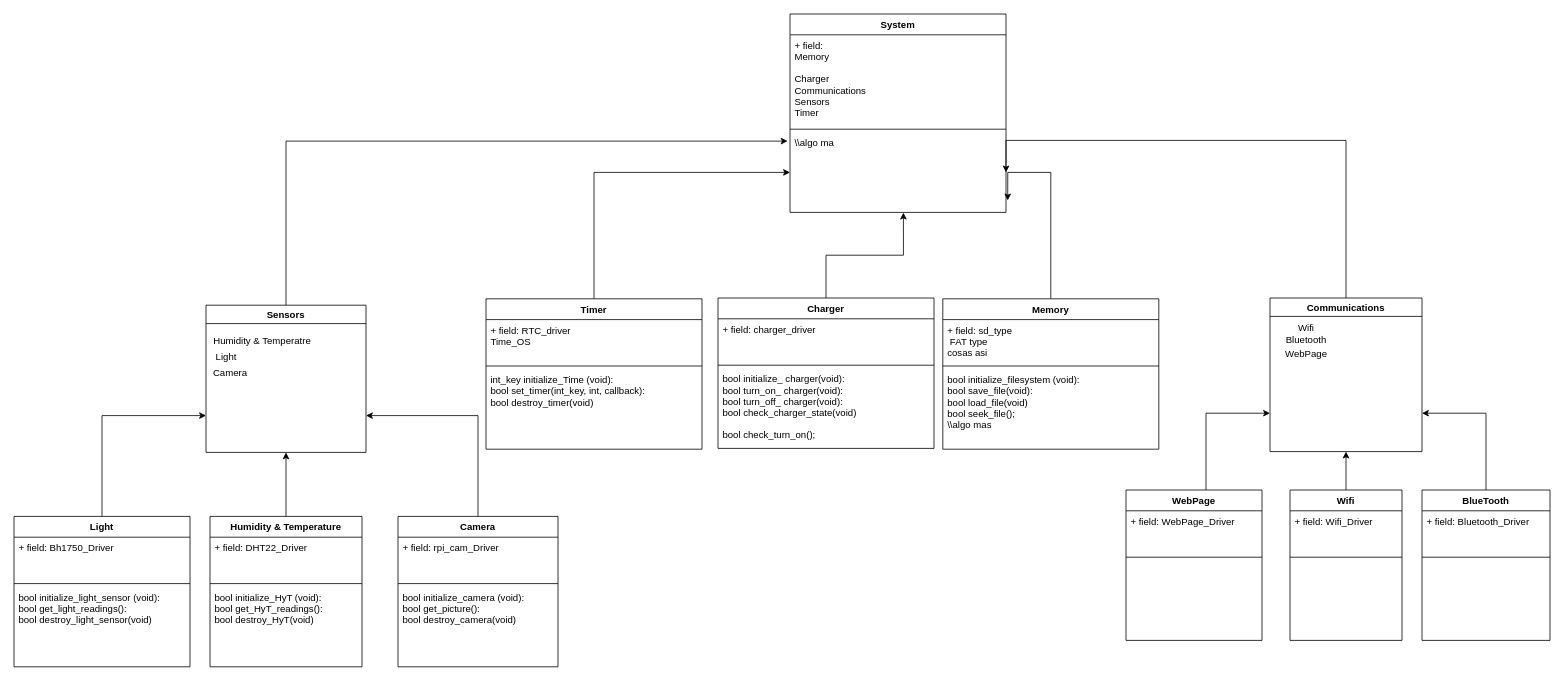
Before: Utils/Drawio/Esquema_Clases.drawio in tlondero/Dise-o, a draw.io diagram. Source tidied: cells renumbered, new cells numbered last; positions are measured from the earlier drawing's top-left corner, leaving out a move shared by most shapes. Both pictures are drawn from the tidied source at 80%, with x=0, y=0 at pixel (14, 14).
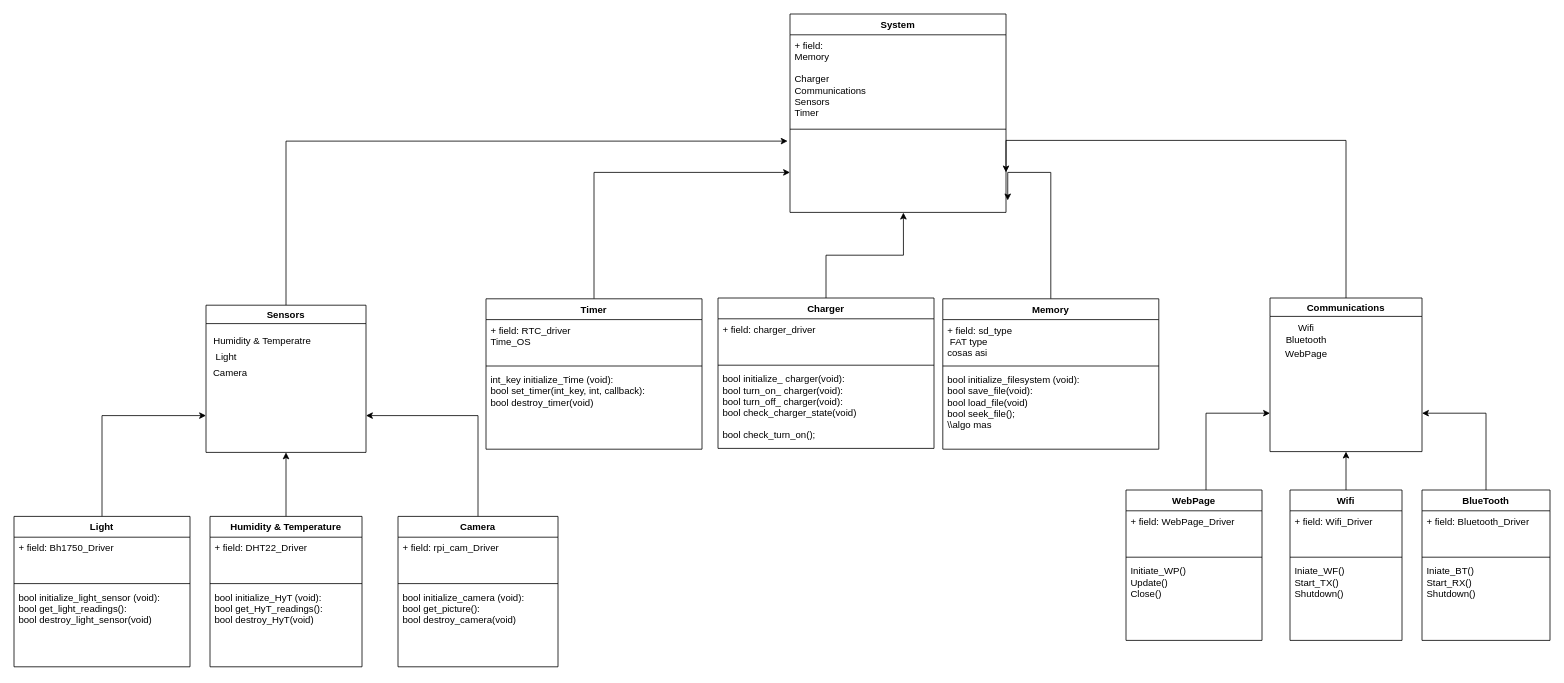
The same diagram, later.

Unchanged cells that the change refers to:
```xml
<mxCell id="21" value="System" style="swimlane;fontStyle=1;align=center;verticalAlign=top;horizontal=1;startSize=26;" parent="1" vertex="1">
  <mxGeometry x="970" width="270" height="248" as="geometry" />
</mxCell>
<mxCell id="46" value="Wifi" style="swimlane;fontStyle=1;align=center;verticalAlign=top;horizontal=1;startSize=26;" parent="1" vertex="1">
  <mxGeometry x="1595" y="595" width="140" height="188" as="geometry" />
</mxCell>
<mxCell id="51" value="BlueTooth" style="swimlane;fontStyle=1;align=center;verticalAlign=top;horizontal=1;startSize=26;" parent="1" vertex="1">
  <mxGeometry x="1760" y="595" width="160" height="188" as="geometry" />
</mxCell>
<mxCell id="56" value="WebPage" style="swimlane;fontStyle=1;align=center;verticalAlign=top;horizontal=1;startSize=26;" parent="1" vertex="1">
  <mxGeometry x="1390" y="595" width="170" height="188" as="geometry" />
</mxCell>
```

Change to the diagram source:
```diff
@@
-    <mxCell id="24" value="\\algo ma&#10;&#10;  &#10;&#10;" style="text;strokeColor=none;fillColor=none;align=left;verticalAlign=top;spacingLeft=4;spacingRight=4;overflow=hidden;points=[[0,0.5],[1,0.5]];portConstraint=eastwest;" parent="21" vertex="1">
+    <mxCell id="24" value="  " style="text;strokeColor=none;fillColor=none;align=left;verticalAlign=top;spacingLeft=4;spacingRight=4;overflow=hidden;points=[[0,0.5],[1,0.5]];portConstraint=eastwest;" parent="21" vertex="1">
       <mxGeometry y="148" width="270" height="100" as="geometry" />
     </mxCell>
@@
-    <mxCell id="49" value="&#10;&#10;&#10;  &#10;&#10;" style="text;strokeColor=none;fillColor=none;align=left;verticalAlign=top;spacingLeft=4;spacingRight=4;overflow=hidden;" parent="46" vertex="1">
+    <mxCell id="49" value="Iniate_WF()&#10;Start_TX()&#10;Shutdown()" style="text;strokeColor=none;fillColor=none;align=left;verticalAlign=top;spacingLeft=4;spacingRight=4;overflow=hidden;" parent="46" vertex="1">
       <mxGeometry y="88" width="140" height="100" as="geometry" />
     </mxCell>
@@
-    <mxCell id="54" value="&#10;&#10;&#10;  &#10;&#10;" style="text;strokeColor=none;fillColor=none;align=left;verticalAlign=top;spacingLeft=4;spacingRight=4;overflow=hidden;" parent="51" vertex="1">
+    <mxCell id="54" value="Iniate_BT()&#10;Start_RX()&#10;Shutdown()" style="text;strokeColor=none;fillColor=none;align=left;verticalAlign=top;spacingLeft=4;spacingRight=4;overflow=hidden;" parent="51" vertex="1">
       <mxGeometry y="88" width="160" height="100" as="geometry" />
     </mxCell>
@@
-    <mxCell id="59" value="&#10;&#10;&#10;  &#10;&#10;" style="text;strokeColor=none;fillColor=none;align=left;verticalAlign=top;spacingLeft=4;spacingRight=4;overflow=hidden;" parent="56" vertex="1">
+    <mxCell id="59" value="Initiate_WP()&#10;Update()&#10;Close()" style="text;strokeColor=none;fillColor=none;align=left;verticalAlign=top;spacingLeft=4;spacingRight=4;overflow=hidden;" parent="56" vertex="1">
       <mxGeometry y="88" width="170" height="100" as="geometry" />
     </mxCell>
```
